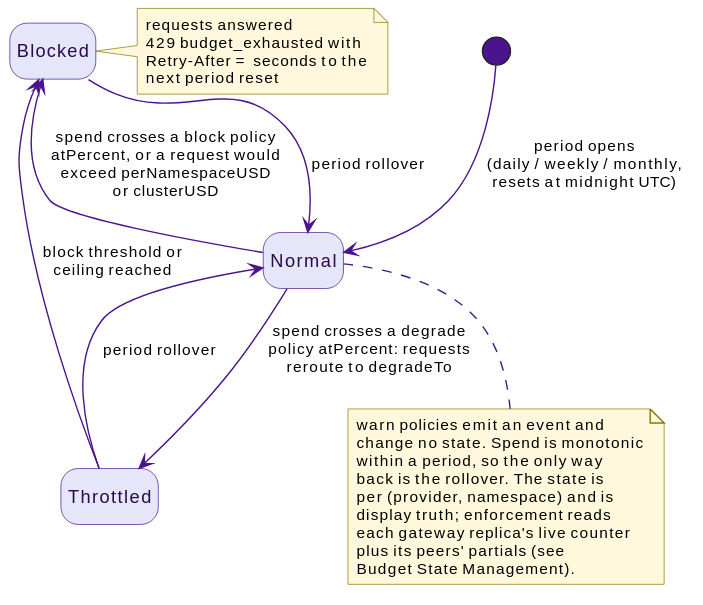
Earlier version of the PlantUML export docs/src/diagrams/budget-namespace-states.svg (win07xp/kaalm). Its diagram source:
```plantuml
@startuml
!include _style.puml

state "Normal" as Normal
state "Throttled" as Throttled
state "Blocked" as Blocked

[*] --> Normal : period opens\n(daily / weekly / monthly,\nresets at midnight UTC)

Normal --> Throttled : spend crosses a degrade\npolicy atPercent: requests\nreroute to degradeTo
Normal --> Blocked : spend crosses a block policy\natPercent, or a request would\nexceed perNamespaceUSD\nor clusterUSD
Throttled --> Blocked : block threshold or\nceiling reached

Blocked --> Normal : period rollover
Throttled --> Normal : period rollover

note right of Blocked
  requests answered
  429 budget_exhausted with
  Retry-After = seconds to the
  next period reset
end note

note bottom of Normal
  warn policies emit an event and
  change no state. Spend is monotonic
  within a period, so the only way
  back is the rollover. The state is
  per (provider, namespace) and is
  display truth; enforcement reads
  each gateway replica's live counter
  plus its peers' partials (see
  Budget State Management).
end note
@enduml
```
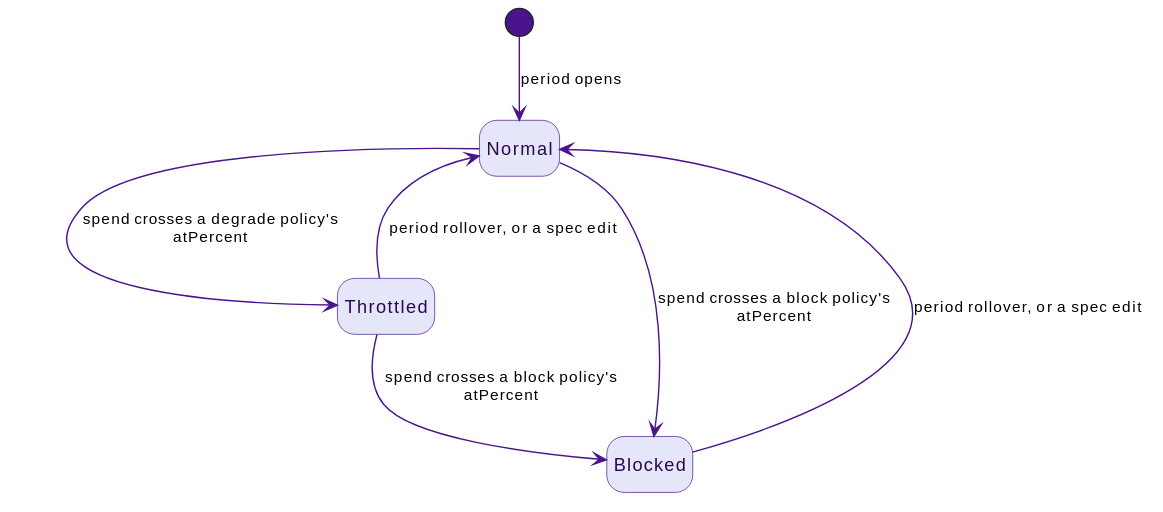
After the change.

Change to the diagram source:
```diff
@@ -5,31 +5,12 @@
 state "Throttled" as Throttled
 state "Blocked" as Blocked
 
-[*] --> Normal : period opens\n(daily / weekly / monthly,\nresets at midnight UTC)
+[*] --> Normal : period opens
 
-Normal --> Throttled : spend crosses a degrade\npolicy atPercent: requests\nreroute to degradeTo
-Normal --> Blocked : spend crosses a block policy\natPercent, or a request would\nexceed perNamespaceUSD\nor clusterUSD
-Throttled --> Blocked : block threshold or\nceiling reached
+Normal --> Throttled : spend crosses a degrade policy's atPercent
+Normal --> Blocked : spend crosses a block policy's atPercent
+Throttled --> Blocked : spend crosses a block policy's atPercent
 
-Blocked --> Normal : period rollover
-Throttled --> Normal : period rollover
-
-note right of Blocked
-  requests answered
-  429 budget_exhausted with
-  Retry-After = seconds to the
-  next period reset
-end note
-
-note bottom of Normal
-  warn policies emit an event and
-  change no state. Spend is monotonic
-  within a period, so the only way
-  back is the rollover. The state is
-  per (provider, namespace) and is
-  display truth; enforcement reads
-  each gateway replica's live counter
-  plus its peers' partials (see
-  Budget State Management).
-end note
+Blocked --> Normal : period rollover, or a spec edit
+Throttled --> Normal : period rollover, or a spec edit
 @enduml
```
